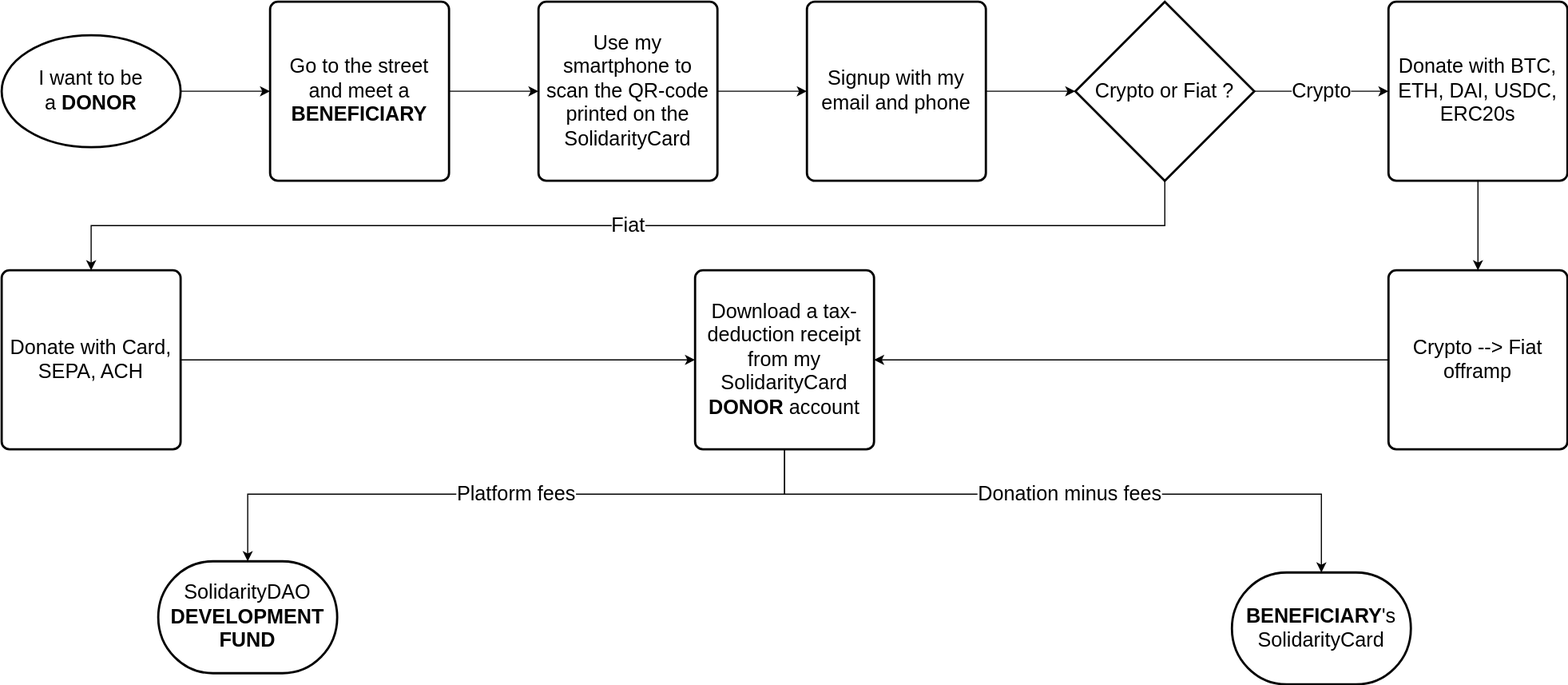
Before: Design/Flowcharts/Donate_to_a_person.svg, a diagram exported from draw.io (mvteclat/SolidarityCard). Source tidied: cells renumbered, new cells last; positions are measured from the earlier drawing's top-left corner, leaving out a move shared by most shapes.
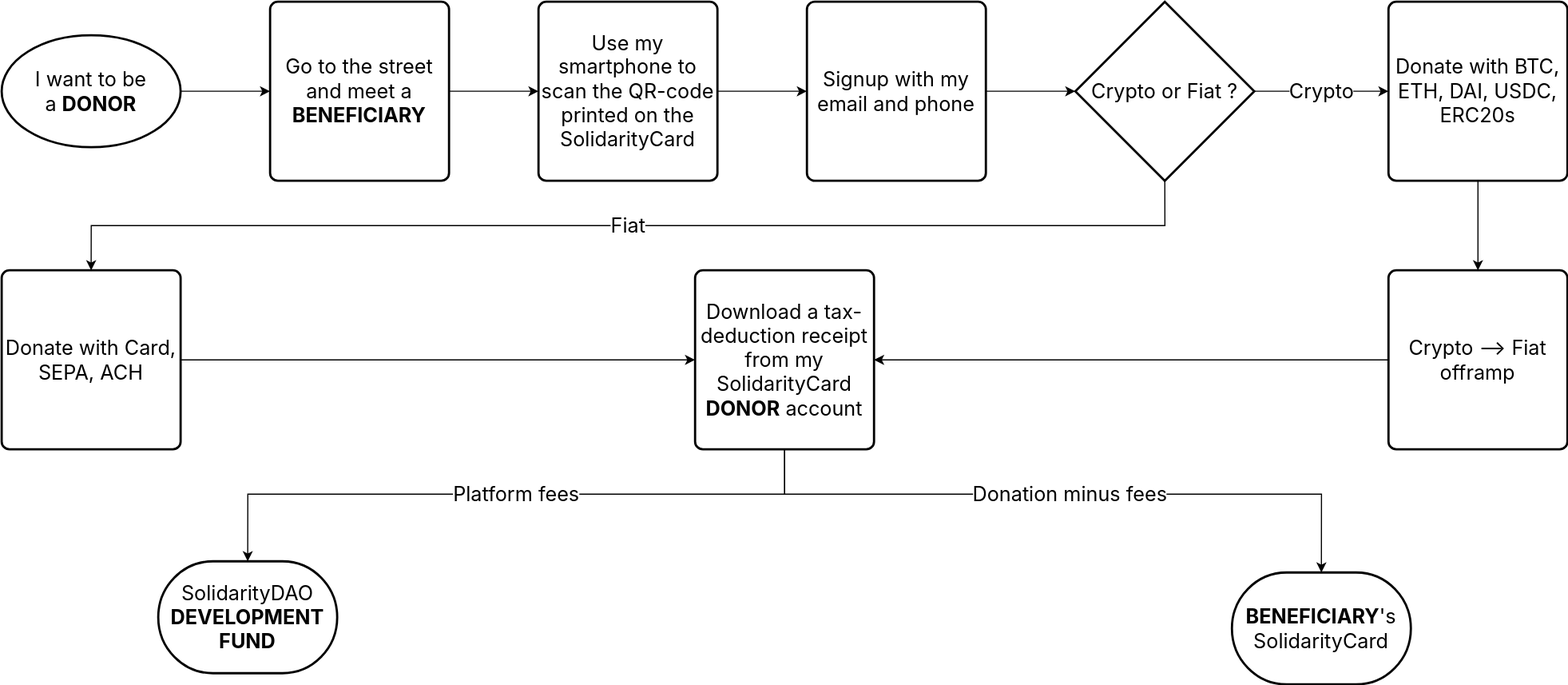
The same diagram one commit later.

What changed in the source:
```diff
@@ -2,58 +2,58 @@
   <root>
     <mxCell id="0" />
     <mxCell id="1" parent="0" />
-    <mxCell id="2" style="edgeStyle=orthogonalEdgeStyle;rounded=0;jettySize=auto;html=1;exitX=1;exitY=0.5;exitDx=0;exitDy=0;exitPerimeter=0;entryX=0;entryY=0.5;entryDx=0;entryDy=0;fontSize=18;" parent="1" edge="1" source="3" target="5">
+    <mxCell id="2" style="edgeStyle=orthogonalEdgeStyle;rounded=0;jettySize=auto;html=1;exitX=1;exitY=0.5;exitDx=0;exitDy=0;exitPerimeter=0;entryX=0;entryY=0.5;entryDx=0;entryDy=0;fontSize=18;fontFamily=SF Pro Text;" parent="1" edge="1" source="3" target="5">
       <mxGeometry relative="1" as="geometry" />
     </mxCell>
-    <mxCell id="3" value="&lt;font style=&quot;font-size: 18px&quot;&gt;I want to be a&amp;nbsp;&lt;b style=&quot;font-size: 18px&quot;&gt;DONOR&lt;/b&gt;&lt;/font&gt;" style="strokeWidth=2;html=1;shape=mxgraph.flowchart.start_1;whiteSpace=wrap;fontSize=18;" parent="1" vertex="1">
+    <mxCell id="3" value="&lt;font style=&quot;font-size: 18px&quot;&gt;I want to be a&amp;nbsp;&lt;b style=&quot;font-size: 18px&quot;&gt;DONOR&lt;/b&gt;&lt;/font&gt;" style="strokeWidth=2;html=1;shape=mxgraph.flowchart.start_1;whiteSpace=wrap;fontSize=18;fontFamily=SF Pro Text;" parent="1" vertex="1">
       <mxGeometry y="30" width="160" height="100" as="geometry" />
     </mxCell>
-    <mxCell id="4" style="edgeStyle=orthogonalEdgeStyle;rounded=0;jettySize=auto;html=1;exitX=1;exitY=0.5;exitDx=0;exitDy=0;entryX=0;entryY=0.5;entryDx=0;entryDy=0;fontSize=18;" parent="1" edge="1" source="5" target="7">
+    <mxCell id="4" style="edgeStyle=orthogonalEdgeStyle;rounded=0;jettySize=auto;html=1;exitX=1;exitY=0.5;exitDx=0;exitDy=0;entryX=0;entryY=0.5;entryDx=0;entryDy=0;fontSize=18;fontFamily=SF Pro Text;" parent="1" edge="1" source="5" target="7">
       <mxGeometry relative="1" as="geometry" />
     </mxCell>
-    <mxCell id="5" value="Go to the street and meet a &lt;b&gt;BENEFICIARY&lt;/b&gt;" style="rounded=1;whiteSpace=wrap;html=1;absoluteArcSize=1;arcSize=14;strokeWidth=2;shadow=0;fontFamily=Helvetica;fontSize=18;" parent="1" vertex="1">
+    <mxCell id="5" value="Go to the street and meet a &lt;b&gt;BENEFICIARY&lt;/b&gt;" style="rounded=1;whiteSpace=wrap;html=1;absoluteArcSize=1;arcSize=14;strokeWidth=2;shadow=0;fontFamily=SF Pro Text;fontSize=18;" parent="1" vertex="1">
       <mxGeometry x="240" width="160" height="160" as="geometry" />
     </mxCell>
-    <mxCell id="6" style="edgeStyle=orthogonalEdgeStyle;rounded=0;jettySize=auto;html=1;fontSize=18;" parent="1" edge="1" source="7" target="9">
+    <mxCell id="6" style="edgeStyle=orthogonalEdgeStyle;rounded=0;jettySize=auto;html=1;fontSize=18;fontFamily=SF Pro Text;" parent="1" edge="1" source="7" target="9">
       <mxGeometry relative="1" as="geometry" />
     </mxCell>
-    <mxCell id="7" value="&lt;p&gt;Use my smartphone to scan the QR-code printed on the SolidarityCard&lt;br&gt;&lt;/p&gt;" style="rounded=1;whiteSpace=wrap;html=1;absoluteArcSize=1;arcSize=14;strokeWidth=2;shadow=0;fontFamily=Helvetica;fontSize=18;" parent="1" vertex="1">
+    <mxCell id="7" value="&lt;p&gt;Use my smartphone to scan the QR-code printed on the SolidarityCard&lt;br&gt;&lt;/p&gt;" style="rounded=1;whiteSpace=wrap;html=1;absoluteArcSize=1;arcSize=14;strokeWidth=2;shadow=0;fontFamily=SF Pro Text;fontSize=18;" parent="1" vertex="1">
       <mxGeometry x="480" width="160" height="160" as="geometry" />
     </mxCell>
-    <mxCell id="8" style="edgeStyle=orthogonalEdgeStyle;rounded=0;jettySize=auto;html=1;exitX=1;exitY=0.5;exitDx=0;exitDy=0;entryX=0;entryY=0.5;entryDx=0;entryDy=0;entryPerimeter=0;fontSize=18;" parent="1" edge="1" source="9" target="12">
+    <mxCell id="8" style="edgeStyle=orthogonalEdgeStyle;rounded=0;jettySize=auto;html=1;exitX=1;exitY=0.5;exitDx=0;exitDy=0;entryX=0;entryY=0.5;entryDx=0;entryDy=0;entryPerimeter=0;fontSize=18;fontFamily=SF Pro Text;" parent="1" edge="1" source="9" target="12">
       <mxGeometry relative="1" as="geometry" />
     </mxCell>
-    <mxCell id="9" value="Signup with my email and phone" style="rounded=1;whiteSpace=wrap;html=1;absoluteArcSize=1;arcSize=14;strokeWidth=2;shadow=0;fontFamily=Helvetica;fontSize=18;" parent="1" vertex="1">
+    <mxCell id="9" value="Signup with my email and phone" style="rounded=1;whiteSpace=wrap;html=1;absoluteArcSize=1;arcSize=14;strokeWidth=2;shadow=0;fontFamily=SF Pro Text;fontSize=18;" parent="1" vertex="1">
       <mxGeometry x="720" width="160" height="160" as="geometry" />
     </mxCell>
-    <mxCell id="10" value="Crypto" style="edgeStyle=orthogonalEdgeStyle;rounded=0;jettySize=auto;html=1;exitX=1;exitY=0.5;exitDx=0;exitDy=0;exitPerimeter=0;entryX=0;entryY=0.5;entryDx=0;entryDy=0;fontSize=18;" parent="1" edge="1" source="12" target="14">
+    <mxCell id="10" value="Crypto" style="edgeStyle=orthogonalEdgeStyle;rounded=0;jettySize=auto;html=1;exitX=1;exitY=0.5;exitDx=0;exitDy=0;exitPerimeter=0;entryX=0;entryY=0.5;entryDx=0;entryDy=0;fontSize=18;fontFamily=SF Pro Text;" parent="1" edge="1" source="12" target="14">
       <mxGeometry relative="1" as="geometry" />
     </mxCell>
-    <mxCell id="11" value="Fiat" style="edgeStyle=orthogonalEdgeStyle;rounded=0;jettySize=auto;html=1;exitX=0.5;exitY=1;exitDx=0;exitDy=0;exitPerimeter=0;entryX=0.5;entryY=0;entryDx=0;entryDy=0;fontSize=18;" parent="1" edge="1" source="12" target="18">
+    <mxCell id="11" value="Fiat" style="edgeStyle=orthogonalEdgeStyle;rounded=0;jettySize=auto;html=1;exitX=0.5;exitY=1;exitDx=0;exitDy=0;exitPerimeter=0;entryX=0.5;entryY=0;entryDx=0;entryDy=0;fontSize=18;fontFamily=SF Pro Text;" parent="1" edge="1" source="12" target="18">
       <mxGeometry relative="1" as="geometry" />
     </mxCell>
-    <mxCell id="12" value="Crypto or Fiat ?" style="strokeWidth=2;html=1;shape=mxgraph.flowchart.decision;whiteSpace=wrap;fontSize=18;" parent="1" vertex="1">
+    <mxCell id="12" value="Crypto or Fiat ?" style="strokeWidth=2;html=1;shape=mxgraph.flowchart.decision;whiteSpace=wrap;fontSize=18;fontFamily=SF Pro Text;" parent="1" vertex="1">
       <mxGeometry x="960" width="160" height="160" as="geometry" />
     </mxCell>
-    <mxCell id="13" style="edgeStyle=orthogonalEdgeStyle;rounded=0;jettySize=auto;html=1;fontSize=18;" parent="1" edge="1" source="14" target="16">
+    <mxCell id="13" style="edgeStyle=orthogonalEdgeStyle;rounded=0;jettySize=auto;html=1;fontSize=18;fontFamily=SF Pro Text;" parent="1" edge="1" source="14" target="16">
       <mxGeometry relative="1" as="geometry" />
     </mxCell>
-    <mxCell id="14" value="Donate with BTC, ETH, DAI, USDC, ERC20s" style="rounded=1;whiteSpace=wrap;html=1;absoluteArcSize=1;arcSize=14;strokeWidth=2;shadow=0;fontFamily=Helvetica;fontSize=18;" parent="1" vertex="1">
+    <mxCell id="14" value="Donate with BTC, ETH, DAI, USDC, ERC20s" style="rounded=1;whiteSpace=wrap;html=1;absoluteArcSize=1;arcSize=14;strokeWidth=2;shadow=0;fontFamily=SF Pro Text;fontSize=18;" parent="1" vertex="1">
       <mxGeometry x="1240" width="160" height="160" as="geometry" />
     </mxCell>
-    <mxCell id="15" style="edgeStyle=orthogonalEdgeStyle;rounded=0;jettySize=auto;html=1;exitX=0;exitY=0.5;exitDx=0;exitDy=0;entryX=1;entryY=0.5;entryDx=0;entryDy=0;fontSize=18;" parent="1" edge="1" source="16" target="21">
+    <mxCell id="15" style="edgeStyle=orthogonalEdgeStyle;rounded=0;jettySize=auto;html=1;exitX=0;exitY=0.5;exitDx=0;exitDy=0;entryX=1;entryY=0.5;entryDx=0;entryDy=0;fontSize=18;fontFamily=SF Pro Text;" parent="1" edge="1" source="16" target="21">
       <mxGeometry relative="1" as="geometry" />
     </mxCell>
-    <mxCell id="16" value="Crypto --&amp;gt; Fiat offramp" style="rounded=1;whiteSpace=wrap;html=1;absoluteArcSize=1;arcSize=14;strokeWidth=2;shadow=0;fontFamily=Helvetica;fontSize=18;" parent="1" vertex="1">
+    <mxCell id="16" value="Crypto --&amp;gt; Fiat offramp" style="rounded=1;whiteSpace=wrap;html=1;absoluteArcSize=1;arcSize=14;strokeWidth=2;shadow=0;fontFamily=SF Pro Text;fontSize=18;" parent="1" vertex="1">
       <mxGeometry x="1240" y="240" width="160" height="160" as="geometry" />
     </mxCell>
-    <mxCell id="17" style="edgeStyle=orthogonalEdgeStyle;rounded=0;jettySize=auto;html=1;exitX=1;exitY=0.5;exitDx=0;exitDy=0;entryX=0;entryY=0.5;entryDx=0;entryDy=0;fontSize=18;" parent="1" edge="1" source="18" target="21">
+    <mxCell id="17" style="edgeStyle=orthogonalEdgeStyle;rounded=0;jettySize=auto;html=1;exitX=1;exitY=0.5;exitDx=0;exitDy=0;entryX=0;entryY=0.5;entryDx=0;entryDy=0;fontSize=18;fontFamily=SF Pro Text;" parent="1" edge="1" source="18" target="21">
       <mxGeometry relative="1" as="geometry" />
     </mxCell>
-    <mxCell id="18" value="Donate with Card, SEPA, ACH" style="rounded=1;whiteSpace=wrap;html=1;absoluteArcSize=1;arcSize=14;strokeWidth=2;shadow=0;fontFamily=Helvetica;fontSize=18;" parent="1" vertex="1">
+    <mxCell id="18" value="Donate with Card, SEPA, ACH" style="rounded=1;whiteSpace=wrap;html=1;absoluteArcSize=1;arcSize=14;strokeWidth=2;shadow=0;fontFamily=SF Pro Text;fontSize=18;" parent="1" vertex="1">
       <mxGeometry y="240" width="160" height="160" as="geometry" />
     </mxCell>
-    <mxCell id="19" value="Donation minus fees" style="edgeStyle=orthogonalEdgeStyle;rounded=0;jettySize=auto;html=1;exitX=0.5;exitY=1;exitDx=0;exitDy=0;entryX=0.5;entryY=0;entryDx=0;entryDy=0;entryPerimeter=0;fontSize=18;" parent="1" edge="1" source="21" target="22">
+    <mxCell id="19" value="Donation minus fees" style="edgeStyle=orthogonalEdgeStyle;rounded=0;jettySize=auto;html=1;exitX=0.5;exitY=1;exitDx=0;exitDy=0;entryX=0.5;entryY=0;entryDx=0;entryDy=0;entryPerimeter=0;fontSize=18;fontFamily=SF Pro Text;" parent="1" edge="1" source="21" target="22">
       <mxGeometry relative="1" as="geometry">
         <Array as="points">
           <mxPoint x="700" y="440" />
@@ -61,7 +61,7 @@
         </Array>
       </mxGeometry>
     </mxCell>
-    <mxCell id="20" value="Platform fees" style="edgeStyle=orthogonalEdgeStyle;rounded=0;jettySize=auto;html=1;exitX=0.5;exitY=1;exitDx=0;exitDy=0;entryX=0.5;entryY=0;entryDx=0;entryDy=0;entryPerimeter=0;fontSize=18;align=center;" parent="1" edge="1" source="21" target="23">
+    <mxCell id="20" value="Platform fees" style="edgeStyle=orthogonalEdgeStyle;rounded=0;jettySize=auto;html=1;exitX=0.5;exitY=1;exitDx=0;exitDy=0;entryX=0.5;entryY=0;entryDx=0;entryDy=0;entryPerimeter=0;fontSize=18;align=center;fontFamily=SF Pro Text;" parent="1" edge="1" source="21" target="23">
       <mxGeometry x="-0.03" relative="1" as="geometry">
         <Array as="points">
           <mxPoint x="700" y="440" />
@@ -69,13 +69,13 @@
         </Array>
       </mxGeometry>
     </mxCell>
-    <mxCell id="21" value="Download a tax-deduction receipt from my SolidarityCard &lt;b&gt;DONOR&lt;/b&gt; account" style="rounded=1;whiteSpace=wrap;html=1;absoluteArcSize=1;arcSize=14;strokeWidth=2;shadow=0;fontFamily=Helvetica;fontSize=18;" parent="1" vertex="1">
+    <mxCell id="21" value="Download a tax-deduction receipt from my SolidarityCard &lt;b&gt;DONOR&lt;/b&gt; account" style="rounded=1;whiteSpace=wrap;html=1;absoluteArcSize=1;arcSize=14;strokeWidth=2;shadow=0;fontFamily=SF Pro Text;fontSize=18;" parent="1" vertex="1">
       <mxGeometry x="620" y="240" width="160" height="160" as="geometry" />
     </mxCell>
-    <mxCell id="22" value="&lt;b&gt;BENEFICIARY&lt;/b&gt;'s SolidarityCard" style="strokeWidth=2;html=1;shape=mxgraph.flowchart.terminator;whiteSpace=wrap;fontSize=18;" parent="1" vertex="1">
+    <mxCell id="22" value="&lt;b&gt;BENEFICIARY&lt;/b&gt;'s SolidarityCard" style="strokeWidth=2;html=1;shape=mxgraph.flowchart.terminator;whiteSpace=wrap;fontSize=18;fontFamily=SF Pro Text;" parent="1" vertex="1">
       <mxGeometry x="1100" y="510" width="160" height="100" as="geometry" />
     </mxCell>
-    <mxCell id="23" value="SolidarityDAO &lt;b&gt;DEVELOPMENT FUND&lt;/b&gt;" style="strokeWidth=2;html=1;shape=mxgraph.flowchart.terminator;whiteSpace=wrap;fontSize=18;" parent="1" vertex="1">
+    <mxCell id="23" value="SolidarityDAO &lt;b&gt;DEVELOPMENT FUND&lt;/b&gt;" style="strokeWidth=2;html=1;shape=mxgraph.flowchart.terminator;whiteSpace=wrap;fontSize=18;fontFamily=SF Pro Text;" parent="1" vertex="1">
       <mxGeometry x="140" y="500" width="160" height="100" as="geometry" />
     </mxCell>
   </root>
```
